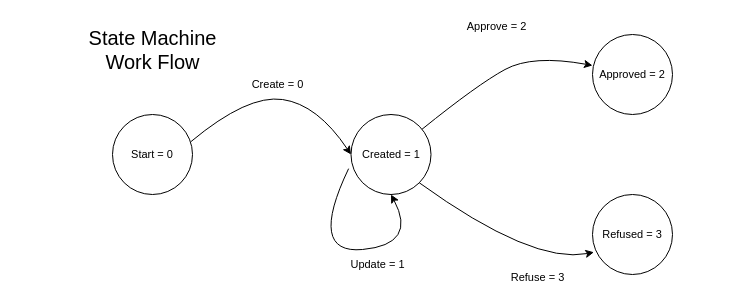
Above: Documentation/Drawio/State machine.drawio in Jonnox8664/Aruba (draw.io), before the change. Source tidied: cells renumbered, new cells numbered last; positions are measured from the earlier drawing's top-left corner, leaving out a move shared by most shapes. Both pictures are drawn from the tidied source at 100%, with x=0, y=0 at pixel (77, 19).
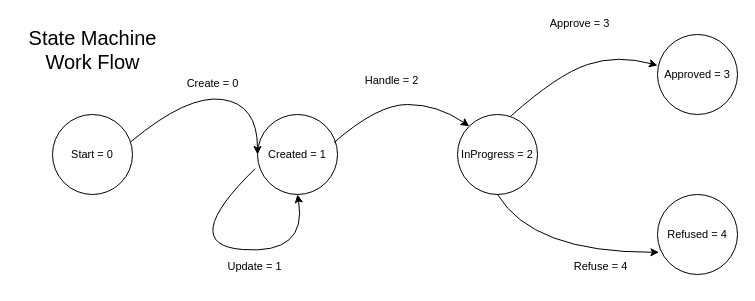
After the change.

The edit, as a diff of the source:
```diff
@@
     <mxCell id="2" value="&lt;font style=&quot;font-size: 11px;&quot;&gt;Start = 0&lt;/font&gt;" style="ellipse;whiteSpace=wrap;html=1;" parent="1" vertex="1">
-      <mxGeometry x="35" y="95" width="80" height="80" as="geometry" />
+      <mxGeometry x="-25" y="95" width="80" height="80" as="geometry" />
     </mxCell>
     <mxCell id="3" value="&lt;font style=&quot;font-size: 11px;&quot;&gt;Created = 1&lt;/font&gt;" style="ellipse;whiteSpace=wrap;html=1;" parent="1" vertex="1">
-      <mxGeometry x="273.5" y="95" width="80" height="80" as="geometry" />
+      <mxGeometry x="180" y="95" width="80" height="80" as="geometry" />
     </mxCell>
-    <mxCell id="4" value="&lt;font style=&quot;font-size: 11px;&quot;&gt;Refused = 3&lt;/font&gt;" style="ellipse;whiteSpace=wrap;html=1;" parent="1" vertex="1">
-      <mxGeometry x="515" y="175" width="80" height="80" as="geometry" />
+    <mxCell id="4" value="&lt;font style=&quot;font-size: 11px;&quot;&gt;Refused = 4&lt;/font&gt;" style="ellipse;whiteSpace=wrap;html=1;" parent="1" vertex="1">
+      <mxGeometry x="580" y="175" width="80" height="80" as="geometry" />
     </mxCell>
-    <mxCell id="5" value="&lt;font style=&quot;font-size: 11px;&quot;&gt;Approved = 2&lt;/font&gt;" style="ellipse;whiteSpace=wrap;html=1;" parent="1" vertex="1">
-      <mxGeometry x="515" y="15" width="80" height="80" as="geometry" />
+    <mxCell id="5" value="&lt;font style=&quot;font-size: 11px;&quot;&gt;Approved = 3&lt;/font&gt;" style="ellipse;whiteSpace=wrap;html=1;" parent="1" vertex="1">
+      <mxGeometry x="580" y="15" width="80" height="80" as="geometry" />
     </mxCell>
     <mxCell id="6" value="Create = 0" style="curved=1;endArrow=classic;html=1;rounded=0;exitX=0.982;exitY=0.338;exitDx=0;exitDy=0;entryX=0;entryY=0.5;entryDx=0;entryDy=0;exitPerimeter=0;" parent="1" edge="1" source="2" target="3">
       <mxGeometry y="14" relative="1" as="geometry">
         <Array as="points">
-          <mxPoint x="170" y="75" />
-          <mxPoint x="240" y="85" />
+          <mxPoint x="110" y="75" />
+          <mxPoint x="180" y="85" />
         </Array>
       </mxGeometry>
     </mxCell>
     <mxCell id="7" value="Update = 1" style="curved=1;endArrow=classic;html=1;rounded=0;entryX=0.5;entryY=1;entryDx=0;entryDy=0;exitX=-0.03;exitY=0.677;exitDx=0;exitDy=0;exitPerimeter=0;" parent="1" edge="1" source="3" target="3">
       <mxGeometry x="0.25" y="-16" relative="1" as="geometry">
         <Array as="points">
+          <mxPoint x="100" y="225" />
           <mxPoint x="230" y="235" />
-          <mxPoint x="340" y="225" />
         </Array>
       </mxGeometry>
     </mxCell>
-    <mxCell id="8" value="Approve = 2" style="curved=1;endArrow=classic;html=1;rounded=0;entryX=0;entryY=0.387;entryDx=0;entryDy=0;entryPerimeter=0;" parent="1" edge="1" source="3" target="5">
+    <mxCell id="8" value="Approve = 3" style="curved=1;endArrow=classic;html=1;rounded=0;entryX=0;entryY=0.387;entryDx=0;entryDy=0;entryPerimeter=0;exitX=0.67;exitY=0.017;exitDx=0;exitDy=0;exitPerimeter=0;" parent="1" edge="1" source="11" target="5">
       <mxGeometry x="0.19" y="42" relative="1" as="geometry">
         <Array as="points">
-          <mxPoint x="400" y="65" />
-          <mxPoint x="455" y="35" />
+          <mxPoint x="480" y="55" />
+          <mxPoint x="540" y="35" />
         </Array>
       </mxGeometry>
     </mxCell>
-    <mxCell id="9" value="Refuse = 3" style="curved=1;endArrow=classic;html=1;rounded=0;exitX=1;exitY=1;exitDx=0;exitDy=0;entryX=0.018;entryY=0.722;entryDx=0;entryDy=0;entryPerimeter=0;" parent="1" edge="1" source="3" target="4">
+    <mxCell id="9" value="Refuse = 4" style="curved=1;endArrow=classic;html=1;rounded=0;entryX=0.018;entryY=0.722;entryDx=0;entryDy=0;entryPerimeter=0;exitX=0.5;exitY=1;exitDx=0;exitDy=0;" parent="1" edge="1" source="11" target="4">
       <mxGeometry x="0.4" y="-14" relative="1" as="geometry">
         <Array as="points">
-          <mxPoint x="455" y="245" />
+          <mxPoint x="455" y="233" />
         </Array>
       </mxGeometry>
     </mxCell>
     <mxCell id="10" value="&lt;font style=&quot;font-size: 20px;&quot;&gt;State Machine&lt;br&gt;Work Flow&lt;/font&gt;" style="text;html=1;align=center;verticalAlign=middle;strokeColor=none;fillColor=none;" parent="1" vertex="1">
-      <mxGeometry width="150" height="60" as="geometry" />
+      <mxGeometry x="-60" width="150" height="60" as="geometry" />
     </mxCell>
+    <mxCell id="11" value="&lt;font style=&quot;font-size: 11px;&quot;&gt;InProgress = 2&lt;/font&gt;" style="ellipse;whiteSpace=wrap;html=1;" parent="1" vertex="1">
+      <mxGeometry x="380" y="95" width="80" height="80" as="geometry" />
+    </mxCell>
+    <mxCell id="12" style="curved=1;endArrow=classic;html=1;rounded=0;entryX=0;entryY=0;entryDx=0;entryDy=0;exitX=0.96;exitY=0.348;exitDx=0;exitDy=0;exitPerimeter=0;" parent="1" edge="1" source="3" target="11">
+      <mxGeometry relative="1" as="geometry">
+        <Array as="points">
+          <mxPoint x="300" y="85" />
+          <mxPoint x="360" y="85" />
+        </Array>
+      </mxGeometry>
+    </mxCell>
+    <mxCell id="13" value="Handle = 2" style="edgeLabel;html=1;align=center;verticalAlign=middle;" parent="12" vertex="1">
+      <mxGeometry x="-0.04" y="-3" relative="1" as="geometry">
+        <mxPoint x="-4" y="-28" as="offset" />
+      </mxGeometry>
+    </mxCell>
```
